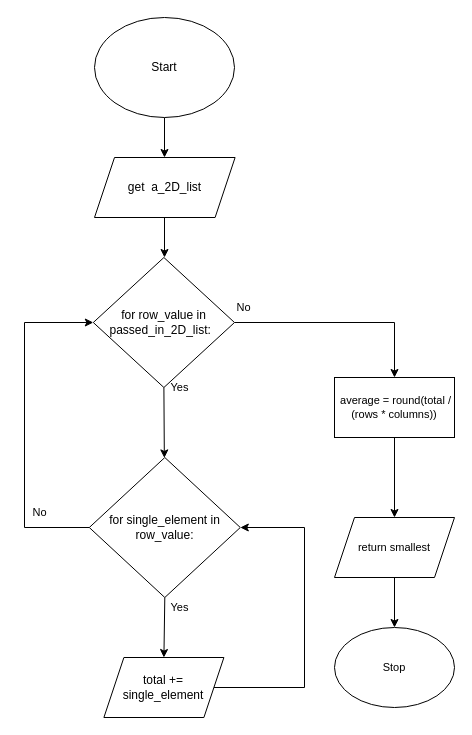
Aleksandr-Ten/ICS3U-Unit6-04-Python keeps this draw.io diagram as flowchart.drawio. Above is the earlier version. Source tidied: cells renumbered, new cells numbered last; positions are measured from the earlier drawing's top-left corner, leaving out a move shared by most shapes. Both pictures are drawn from the tidied source at 100%, with x=0, y=0 at pixel (24, 17).
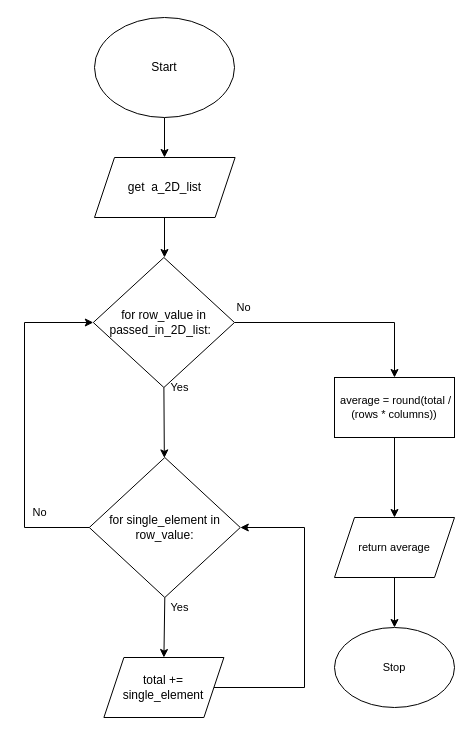
Above is the later version.

Change to the diagram source:
```diff
@@
-    <mxCell id="14" value="return smallest" style="shape=parallelogram;perimeter=parallelogramPerimeter;whiteSpace=wrap;html=1;fixedSize=1;fontFamily=Helvetica;fontSize=11;fontColor=default;" parent="1" vertex="1">
+    <mxCell id="14" value="return average" style="shape=parallelogram;perimeter=parallelogramPerimeter;whiteSpace=wrap;html=1;fixedSize=1;fontFamily=Helvetica;fontSize=11;fontColor=default;" parent="1" vertex="1">
       <mxGeometry x="310" y="500" width="120" height="60" as="geometry" />
     </mxCell>
```
